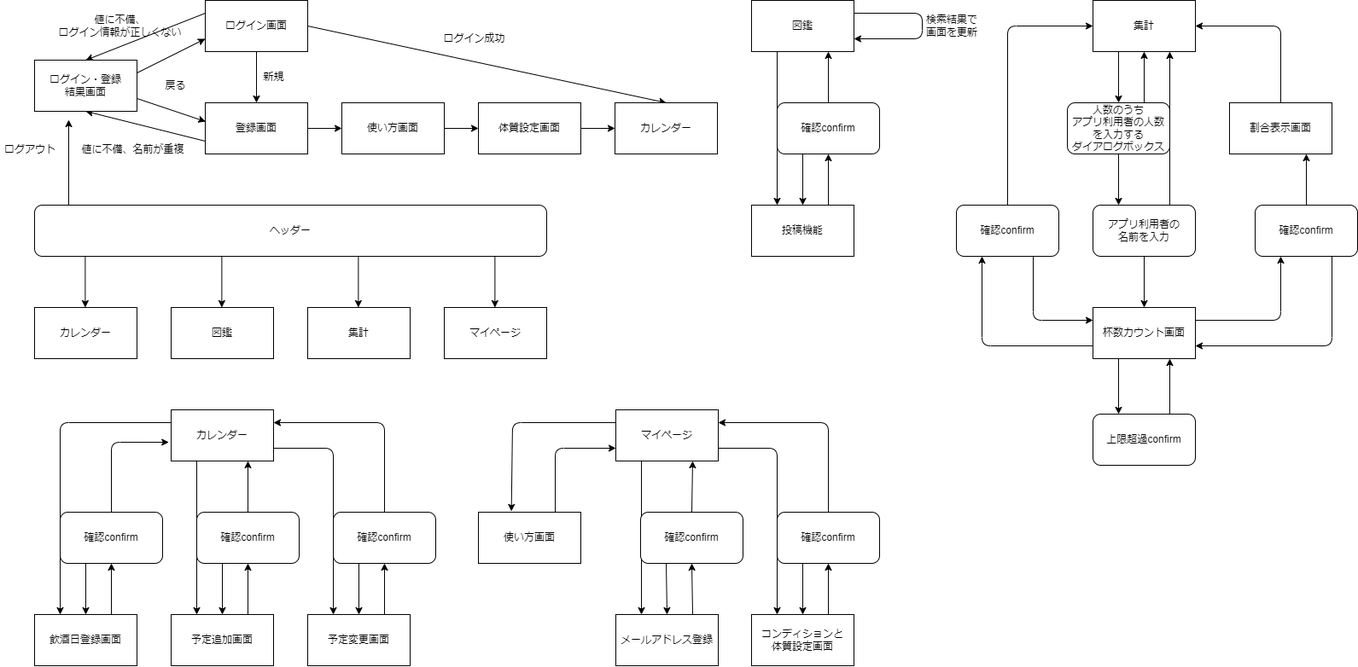
dojo2023/B-5 keeps this draw.io diagram as doc/画面遷移.png. Above is the earlier version. Source tidied: cells renumbered, new cells last; positions are measured from the earlier drawing's top-left corner, leaving out a move shared by most shapes.
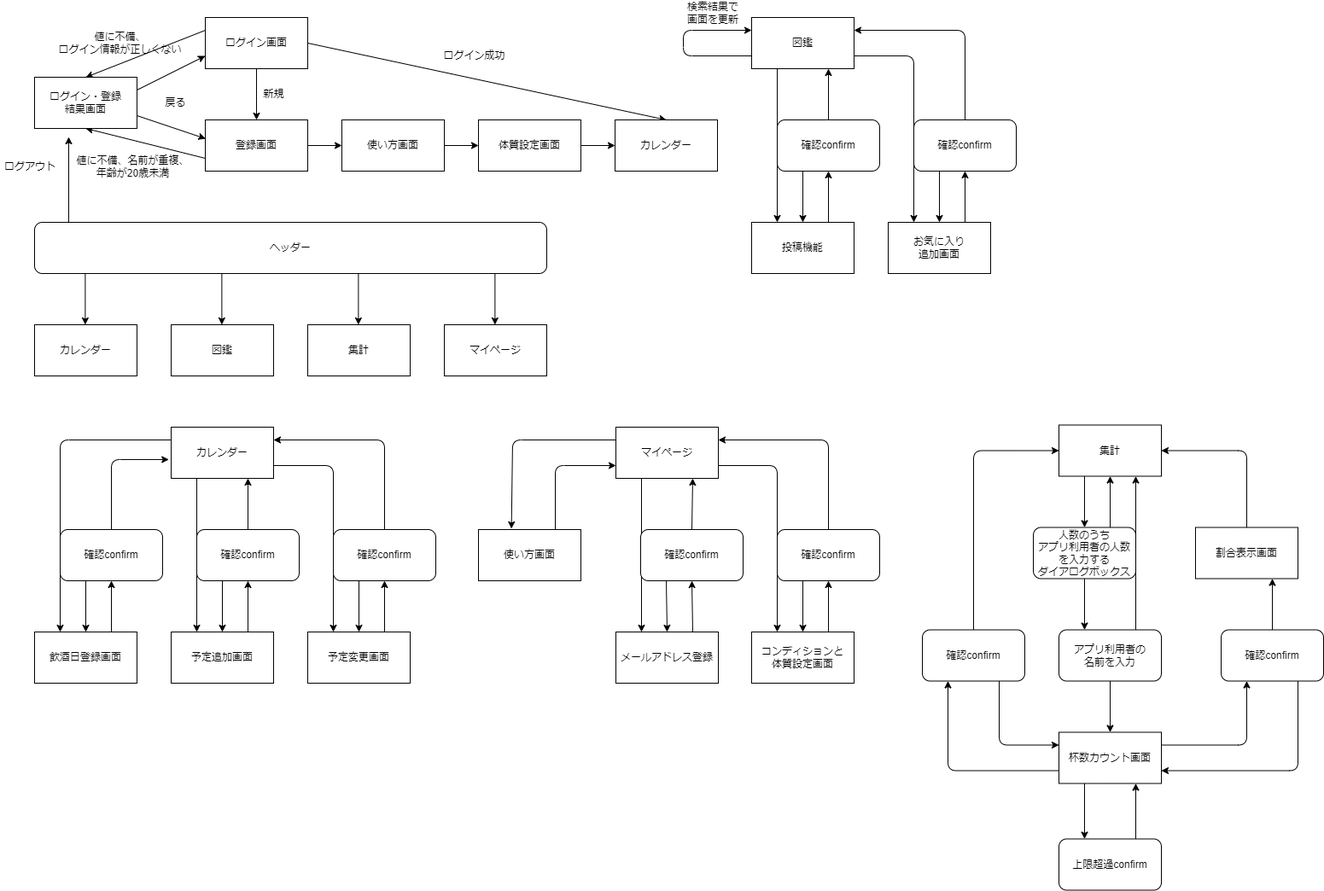
After the change.

What changed in the source:
```diff
@@ -47,8 +47,8 @@
     <mxCell id="16" value="ログイン・登録&lt;br&gt;結果画面" style="rounded=0;whiteSpace=wrap;html=1;" parent="1" vertex="1">
       <mxGeometry x="40" y="70" width="120" height="60" as="geometry" />
     </mxCell>
-    <mxCell id="17" value="値に不備、名前が重複" style="text;html=1;align=center;verticalAlign=middle;strokeColor=none;fillColor=none;" parent="1" vertex="1">
-      <mxGeometry x="85" y="160" width="140" height="30" as="geometry" />
+    <mxCell id="17" value="値に不備、名前が重複、&lt;br&gt;年齢が20歳未満" style="text;html=1;align=center;verticalAlign=middle;strokeColor=none;fillColor=none;" parent="1" vertex="1">
+      <mxGeometry x="75" y="155" width="160" height="40" as="geometry" />
     </mxCell>
     <mxCell id="18" value="値に不備、&lt;br&gt;ログイン情報が正しくない" style="text;html=1;align=center;verticalAlign=middle;strokeColor=none;fillColor=none;" parent="1" vertex="1">
       <mxGeometry x="55" y="10" width="170" height="40" as="geometry" />
@@ -113,6 +113,13 @@
     <mxCell id="33" style="edgeStyle=none;html=1;exitX=0.25;exitY=1;exitDx=0;exitDy=0;entryX=0.25;entryY=0;entryDx=0;entryDy=0;" parent="1" edge="1" source="34" target="36">
       <mxGeometry relative="1" as="geometry" />
     </mxCell>
+    <mxCell id="99" style="edgeStyle=none;html=1;exitX=1;exitY=0.75;exitDx=0;exitDy=0;entryX=0.25;entryY=0;entryDx=0;entryDy=0;" parent="1" edge="1" source="34" target="101">
+      <mxGeometry relative="1" as="geometry">
+        <Array as="points">
+          <mxPoint x="1070" y="45" />
+        </Array>
+      </mxGeometry>
+    </mxCell>
     <mxCell id="34" value="図鑑" style="rounded=0;whiteSpace=wrap;html=1;" parent="1" vertex="1">
       <mxGeometry x="880" width="120" height="60" as="geometry" />
     </mxCell>
@@ -157,16 +164,8 @@
     <mxCell id="45" value="予定追加画面" style="rounded=0;whiteSpace=wrap;html=1;" parent="1" vertex="1">
       <mxGeometry x="200" y="720" width="120" height="60" as="geometry" />
     </mxCell>
-    <mxCell id="46" style="endArrow=classic;html=1;exitX=1;exitY=0.25;exitDx=0;exitDy=0;entryX=1;entryY=0.75;entryDx=0;entryDy=0;" parent="1" edge="1" source="34" target="34">
-      <mxGeometry relative="1" as="geometry">
-        <Array as="points">
-          <mxPoint x="1080" y="15" />
-          <mxPoint x="1080" y="45" />
-        </Array>
-      </mxGeometry>
-    </mxCell>
     <mxCell id="47" value="検索結果で画面を更新" style="text;html=1;strokeColor=none;fillColor=none;align=center;verticalAlign=middle;whiteSpace=wrap;rounded=0;" parent="1" vertex="1">
-      <mxGeometry x="1080" y="15" width="70" height="30" as="geometry" />
+      <mxGeometry x="800" y="-20" width="70" height="30" as="geometry" />
     </mxCell>
     <mxCell id="48" style="edgeStyle=none;html=1;exitX=0.75;exitY=0;exitDx=0;exitDy=0;entryX=0.5;entryY=1;entryDx=0;entryDy=0;" parent="1" edge="1" source="49" target="55">
       <mxGeometry relative="1" as="geometry" />
@@ -219,17 +218,17 @@
       <mxGeometry relative="1" as="geometry" />
     </mxCell>
     <mxCell id="62" value="集計" style="rounded=0;whiteSpace=wrap;html=1;" parent="1" vertex="1">
-      <mxGeometry x="1280" width="120" height="60" as="geometry" />
+      <mxGeometry x="1240" y="477.5" width="120" height="60" as="geometry" />
     </mxCell>
     <mxCell id="63" style="edgeStyle=none;html=1;exitX=0.5;exitY=0;exitDx=0;exitDy=0;entryX=1;entryY=0.5;entryDx=0;entryDy=0;" parent="1" edge="1" source="64" target="62">
       <mxGeometry relative="1" as="geometry">
         <Array as="points">
-          <mxPoint x="1500" y="30" />
+          <mxPoint x="1460" y="507.5" />
         </Array>
       </mxGeometry>
     </mxCell>
     <mxCell id="64" value="割合表示画面" style="rounded=0;whiteSpace=wrap;html=1;" parent="1" vertex="1">
-      <mxGeometry x="1440" y="120" width="120" height="60" as="geometry" />
+      <mxGeometry x="1400" y="597.5" width="120" height="60" as="geometry" />
     </mxCell>
     <mxCell id="65" style="edgeStyle=none;html=1;exitX=0.5;exitY=0;exitDx=0;exitDy=0;entryX=0.75;entryY=1;entryDx=0;entryDy=0;" parent="1" edge="1" source="67" target="64">
       <mxGeometry relative="1" as="geometry" />
@@ -237,12 +236,12 @@
     <mxCell id="66" style="edgeStyle=none;html=1;exitX=0.75;exitY=1;exitDx=0;exitDy=0;entryX=1;entryY=0.75;entryDx=0;entryDy=0;" parent="1" edge="1" source="67" target="80">
       <mxGeometry relative="1" as="geometry">
         <Array as="points">
-          <mxPoint x="1560" y="405" />
+          <mxPoint x="1520" y="882.5" />
         </Array>
       </mxGeometry>
     </mxCell>
     <mxCell id="67" value="確認confirm" style="rounded=1;whiteSpace=wrap;html=1;" parent="1" vertex="1">
-      <mxGeometry x="1470" y="240" width="120" height="60" as="geometry" />
+      <mxGeometry x="1430" y="717.5" width="120" height="60" as="geometry" />
     </mxCell>
     <mxCell id="68" style="edgeStyle=none;html=1;exitX=0.75;exitY=0;exitDx=0;exitDy=0;entryX=0.5;entryY=1;entryDx=0;entryDy=0;" parent="1" edge="1" source="70" target="62">
       <mxGeometry relative="1" as="geometry" />
@@ -251,7 +250,7 @@
       <mxGeometry relative="1" as="geometry" />
     </mxCell>
     <mxCell id="70" value="人数のうち&lt;br&gt;アプリ利用者の人数を入力する&lt;br&gt;ダイアログボックス" style="rounded=1;whiteSpace=wrap;html=1;" parent="1" vertex="1">
-      <mxGeometry x="1250" y="120" width="120" height="60" as="geometry" />
+      <mxGeometry x="1210" y="597.5" width="120" height="60" as="geometry" />
     </mxCell>
     <mxCell id="71" style="edgeStyle=none;html=1;exitX=0.75;exitY=0;exitDx=0;exitDy=0;entryX=0.75;entryY=1;entryDx=0;entryDy=0;" parent="1" edge="1" source="73" target="62">
       <mxGeometry relative="1" as="geometry" />
@@ -260,36 +259,36 @@
       <mxGeometry relative="1" as="geometry" />
     </mxCell>
     <mxCell id="73" value="アプリ利用者の&lt;br&gt;名前を入力" style="rounded=1;whiteSpace=wrap;html=1;" parent="1" vertex="1">
-      <mxGeometry x="1280" y="240" width="120" height="60" as="geometry" />
+      <mxGeometry x="1240" y="717.5" width="120" height="60" as="geometry" />
     </mxCell>
     <mxCell id="74" style="edgeStyle=none;html=1;exitX=0.75;exitY=1;exitDx=0;exitDy=0;entryX=0;entryY=0.25;entryDx=0;entryDy=0;" parent="1" edge="1" source="76" target="80">
       <mxGeometry relative="1" as="geometry">
         <Array as="points">
-          <mxPoint x="1210" y="375" />
+          <mxPoint x="1170" y="852.5" />
         </Array>
       </mxGeometry>
     </mxCell>
     <mxCell id="75" style="edgeStyle=none;html=1;exitX=0.5;exitY=0;exitDx=0;exitDy=0;entryX=0;entryY=0.5;entryDx=0;entryDy=0;" parent="1" edge="1" source="76" target="62">
       <mxGeometry relative="1" as="geometry">
         <Array as="points">
-          <mxPoint x="1180" y="30" />
+          <mxPoint x="1140" y="507.5" />
         </Array>
       </mxGeometry>
     </mxCell>
     <mxCell id="76" value="確認confirm" style="rounded=1;whiteSpace=wrap;html=1;" parent="1" vertex="1">
-      <mxGeometry x="1120" y="240" width="120" height="60" as="geometry" />
+      <mxGeometry x="1080" y="717.5" width="120" height="60" as="geometry" />
     </mxCell>
     <mxCell id="77" style="edgeStyle=none;html=1;exitX=0;exitY=0.75;exitDx=0;exitDy=0;entryX=0.25;entryY=1;entryDx=0;entryDy=0;" parent="1" edge="1" source="80" target="76">
       <mxGeometry relative="1" as="geometry">
         <Array as="points">
-          <mxPoint x="1150" y="405" />
+          <mxPoint x="1110" y="882.5" />
         </Array>
       </mxGeometry>
     </mxCell>
     <mxCell id="78" style="edgeStyle=none;html=1;exitX=1;exitY=0.25;exitDx=0;exitDy=0;entryX=0.25;entryY=1;entryDx=0;entryDy=0;" parent="1" edge="1" source="80" target="67">
       <mxGeometry relative="1" as="geometry">
         <Array as="points">
-          <mxPoint x="1500" y="375" />
+          <mxPoint x="1460" y="852.5" />
         </Array>
       </mxGeometry>
     </mxCell>
@@ -297,7 +296,7 @@
       <mxGeometry relative="1" as="geometry" />
     </mxCell>
     <mxCell id="80" value="杯数カウント画面" style="rounded=0;whiteSpace=wrap;html=1;" parent="1" vertex="1">
-      <mxGeometry x="1280" y="360" width="120" height="60" as="geometry" />
+      <mxGeometry x="1240" y="837.5" width="120" height="60" as="geometry" />
     </mxCell>
     <mxCell id="81" style="edgeStyle=none;html=1;exitX=0.25;exitY=1;exitDx=0;exitDy=0;entryX=0.25;entryY=0;entryDx=0;entryDy=0;" parent="1" edge="1" source="84" target="88">
       <mxGeometry relative="1" as="geometry" />
@@ -367,7 +366,34 @@
       <mxGeometry relative="1" as="geometry" />
     </mxCell>
     <mxCell id="98" value="上限超過confirm" style="rounded=1;whiteSpace=wrap;html=1;" parent="1" vertex="1">
-      <mxGeometry x="1280" y="485" width="120" height="60" as="geometry" />
+      <mxGeometry x="1240" y="962.5" width="120" height="60" as="geometry" />
     </mxCell>
+    <mxCell id="46" style="edgeStyle=none;html=1;exitX=0;exitY=0.75;exitDx=0;exitDy=0;entryX=0;entryY=0.25;entryDx=0;entryDy=0;" parent="1" edge="1" source="34" target="34">
+      <mxGeometry relative="1" as="geometry">
+        <Array as="points">
+          <mxPoint x="800" y="45" />
+          <mxPoint x="800" y="15" />
+        </Array>
+      </mxGeometry>
+    </mxCell>
+    <mxCell id="100" style="edgeStyle=none;html=1;exitX=0.75;exitY=0;exitDx=0;exitDy=0;entryX=0.5;entryY=1;entryDx=0;entryDy=0;" parent="1" edge="1" source="101" target="104">
+      <mxGeometry relative="1" as="geometry" />
+    </mxCell>
+    <mxCell id="101" value="お気に入り&lt;br&gt;追加画面" style="rounded=0;whiteSpace=wrap;html=1;" parent="1" vertex="1">
+      <mxGeometry x="1040" y="240" width="120" height="60" as="geometry" />
+    </mxCell>
+    <mxCell id="102" style="edgeStyle=none;html=1;exitX=0.25;exitY=1;exitDx=0;exitDy=0;entryX=0.5;entryY=0;entryDx=0;entryDy=0;" parent="1" edge="1" source="104" target="101">
+      <mxGeometry relative="1" as="geometry" />
+    </mxCell>
+    <mxCell id="103" style="edgeStyle=none;html=1;exitX=0.5;exitY=0;exitDx=0;exitDy=0;entryX=1;entryY=0.25;entryDx=0;entryDy=0;" parent="1" edge="1" source="104" target="34">
+      <mxGeometry relative="1" as="geometry">
+        <Array as="points">
+          <mxPoint x="1130" y="15" />
+        </Array>
+      </mxGeometry>
+    </mxCell>
+    <mxCell id="104" value="確認confirm" style="rounded=1;whiteSpace=wrap;html=1;" parent="1" vertex="1">
+      <mxGeometry x="1070" y="120" width="120" height="60" as="geometry" />
+    </mxCell>
   </root>
 </mxGraphModel>
```
